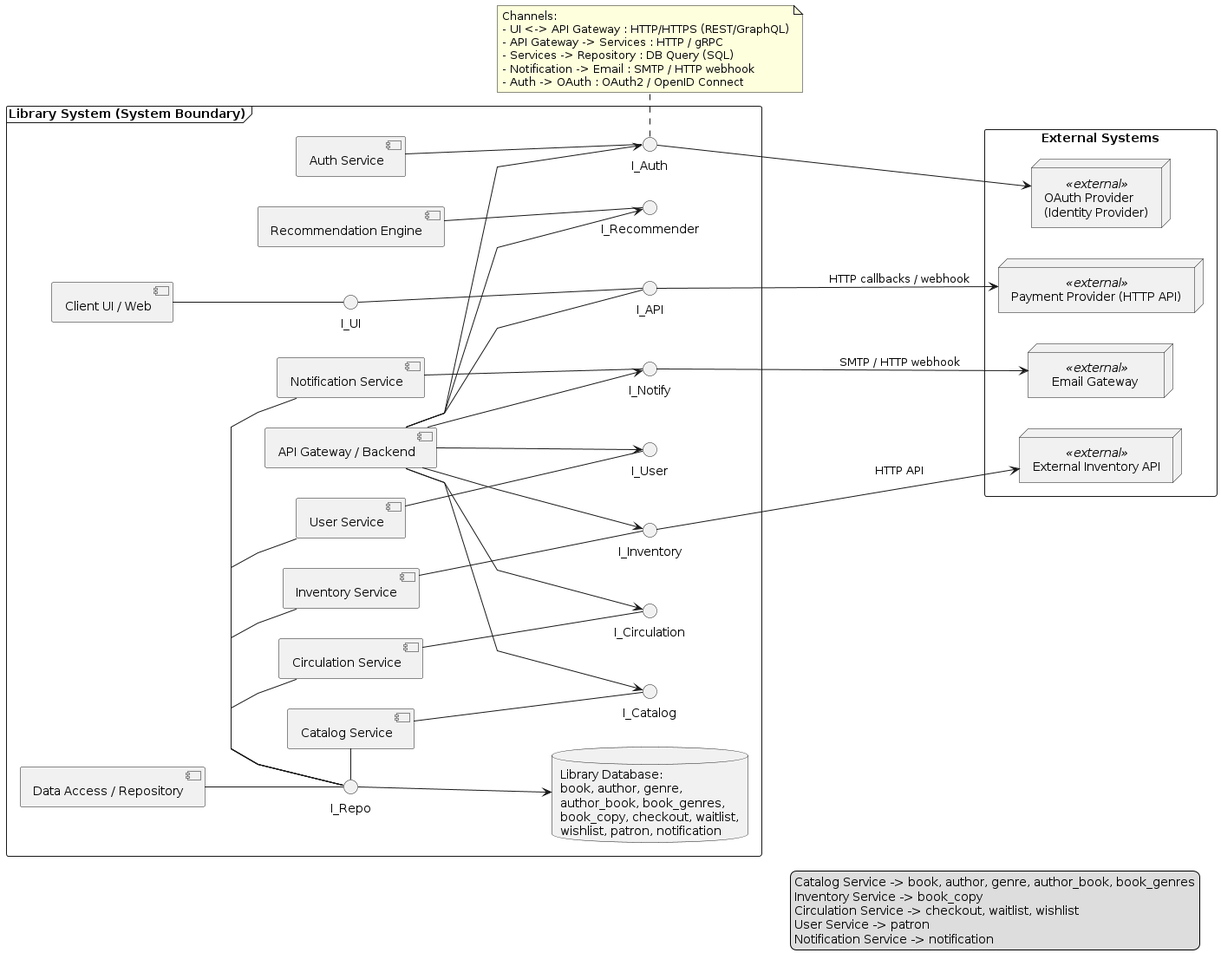
Shizulka/library-database keeps this PlantUML diagram as cpe/lab5/Component-Diagram.png. Above is the earlier version. Its diagram source:
```plantuml
@startuml
skinparam componentStyle uml2
skinparam interfaceStyle circle
skinparam linetype polyline
skinparam componentSpacing 30
left to right direction

rectangle "External Systems" as EXT {
  node "OAuth Provider\n(Identity Provider)" as OAuth <<external>>
  node "   Email Gateway    " as MsgGateway <<external>>
  node "Payment Provider (HTTP API)" as Payment <<external>>
  node "External Inventory API" as ExtInv <<external>>
}

frame "Library System (System Boundary)" {
  component "Client UI / Web" as UI
  interface I_UI
  UI -- I_UI

  component "API Gateway / Backend" as APIGW
  interface I_API
  I_UI -d- I_API
  APIGW -- I_API

  component "Catalog Service" as Catalog
  interface I_Catalog
  APIGW -d-> I_Catalog
  Catalog -- I_Catalog

  component "Inventory Service" as Inventory
  interface I_Inventory
  APIGW -d-> I_Inventory
  Inventory -- I_Inventory

  component "Circulation Service" as Circulation
  interface I_Circulation
  APIGW -d-> I_Circulation
  Circulation -- I_Circulation

  component "User Service" as UserService
  interface I_User
  APIGW -d-> I_User
  UserService -- I_User

  component "Notification Service" as Notify
  interface I_Notify
  APIGW -d-> I_Notify
  Notify -- I_Notify

  component "Recommendation Engine" as Recommender
  interface I_Recommender
  APIGW -d-> I_Recommender
  Recommender -- I_Recommender

  component "Data Access / Repository" as Repo
  interface I_Repo
  Catalog - I_Repo
  Inventory - I_Repo
  Circulation - I_Repo
  UserService - I_Repo
  Notify - I_Repo
  Repo -- I_Repo

  database "Library Database:\nbook, author, genre,\nauthor_book, book_genres,\nbook_copy, checkout, waitlist,\nwishlist, patron, notification" as DB
  I_Repo -d-> DB

  component "Auth Service" as Auth
  interface I_Auth
  APIGW -d-> I_Auth
  Auth -- I_Auth
  I_Auth -d-> OAuth

  I_Notify -d-> MsgGateway : "SMTP / HTTP webhook"
  I_API -d-> Payment : "HTTP callbacks / webhook"
  I_Inventory -d-> ExtInv : "HTTP API"
}

note bottom
Channels:
- UI <-> API Gateway : HTTP/HTTPS (REST/GraphQL)
- API Gateway -> Services : HTTP / gRPC
- Services -> Repository : DB Query (SQL)
- Notification -> Email : SMTP / HTTP webhook
- Auth -> OAuth : OAuth2 / OpenID Connect
end note

legend right
  Catalog Service -> book, author, genre, author_book, book_genres
  Inventory Service -> book_copy
  Circulation Service -> checkout, waitlist, wishlist
  User Service -> patron
  Notification Service -> notification
endlegend
@enduml
```
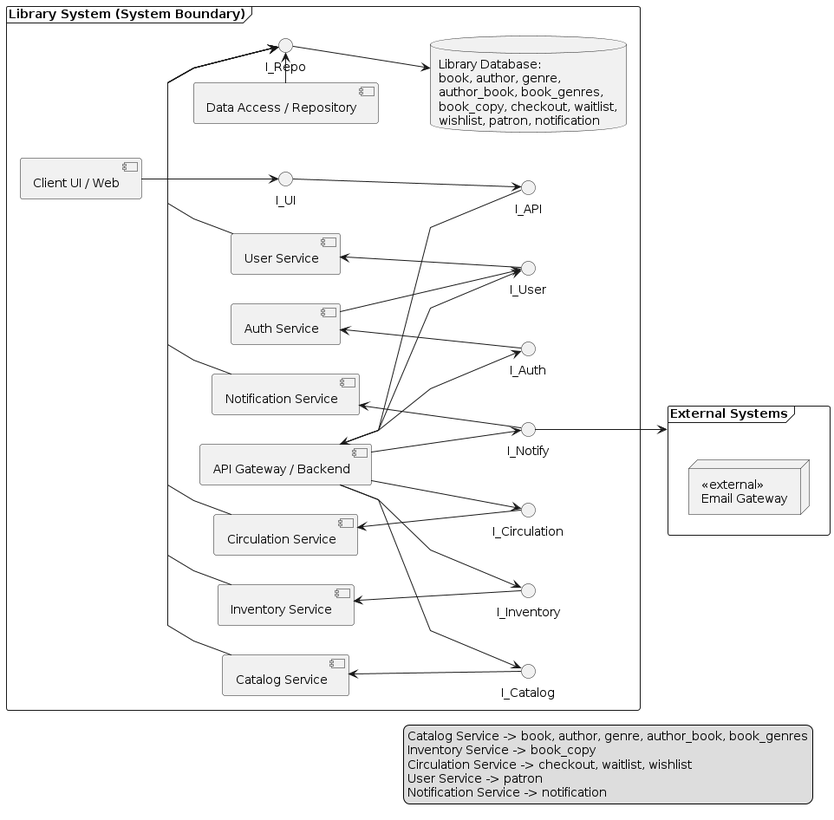
After the commit.

Commit message:
update component diagram

What changed in the source:
```diff
@@ -1,88 +1,68 @@
 @startuml
-skinparam componentStyle uml2
-skinparam interfaceStyle circle
 skinparam linetype polyline
-skinparam componentSpacing 30
 left to right direction
 
-rectangle "External Systems" as EXT {
-  node "OAuth Provider\n(Identity Provider)" as OAuth <<external>>
-  node "   Email Gateway    " as MsgGateway <<external>>
-  node "Payment Provider (HTTP API)" as Payment <<external>>
-  node "External Inventory API" as ExtInv <<external>>
+frame "External Systems" as EXT {
+  node "<<external>>\nEmail Gateway" as MsgGateway
 }
 
 frame "Library System (System Boundary)" {
   component "Client UI / Web" as UI
   interface I_UI
-  UI -- I_UI
+  UI --> I_UI
 
   component "API Gateway / Backend" as APIGW
   interface I_API
-  I_UI -d- I_API
-  APIGW -- I_API
+  I_UI --> I_API
+  APIGW <-- I_API
 
   component "Catalog Service" as Catalog
   interface I_Catalog
-  APIGW -d-> I_Catalog
-  Catalog -- I_Catalog
+  APIGW --> I_Catalog
+  Catalog <-- I_Catalog
 
   component "Inventory Service" as Inventory
   interface I_Inventory
-  APIGW -d-> I_Inventory
-  Inventory -- I_Inventory
+  APIGW --> I_Inventory
+  Inventory <-- I_Inventory
 
   component "Circulation Service" as Circulation
   interface I_Circulation
-  APIGW -d-> I_Circulation
-  Circulation -- I_Circulation
+  APIGW --> I_Circulation
+  Circulation <-- I_Circulation
 
   component "User Service" as UserService
   interface I_User
-  APIGW -d-> I_User
-  UserService -- I_User
+  APIGW --> I_User
+  UserService <-- I_User
 
   component "Notification Service" as Notify
   interface I_Notify
-  APIGW -d-> I_Notify
-  Notify -- I_Notify
-
-  component "Recommendation Engine" as Recommender
-  interface I_Recommender
-  APIGW -d-> I_Recommender
-  Recommender -- I_Recommender
+  APIGW --> I_Notify
+  Notify <-- I_Notify
 
   component "Data Access / Repository" as Repo
   interface I_Repo
-  Catalog - I_Repo
-  Inventory - I_Repo
-  Circulation - I_Repo
-  UserService - I_Repo
-  Notify - I_Repo
-  Repo -- I_Repo
+  Catalog -> I_Repo
+  Inventory -> I_Repo
+  Circulation -> I_Repo
+  UserService -> I_Repo
+  Notify -> I_Repo
+  Repo -> I_Repo
 
   database "Library Database:\nbook, author, genre,\nauthor_book, book_genres,\nbook_copy, checkout, waitlist,\nwishlist, patron, notification" as DB
-  I_Repo -d-> DB
+  I_Repo --> DB
 
   component "Auth Service" as Auth
   interface I_Auth
   APIGW -d-> I_Auth
-  Auth -- I_Auth
-  I_Auth -d-> OAuth
+  Auth -d-> I_User
+  Auth <-- I_Auth
 
-  I_Notify -d-> MsgGateway : "SMTP / HTTP webhook"
-  I_API -d-> Payment : "HTTP callbacks / webhook"
-  I_Inventory -d-> ExtInv : "HTTP API"
+
+  I_Notify --> EXT
 }
 
-note bottom
-Channels:
-- UI <-> API Gateway : HTTP/HTTPS (REST/GraphQL)
-- API Gateway -> Services : HTTP / gRPC
-- Services -> Repository : DB Query (SQL)
-- Notification -> Email : SMTP / HTTP webhook
-- Auth -> OAuth : OAuth2 / OpenID Connect
-end note
 
 legend right
   Catalog Service -> book, author, genre, author_book, book_genres
```
